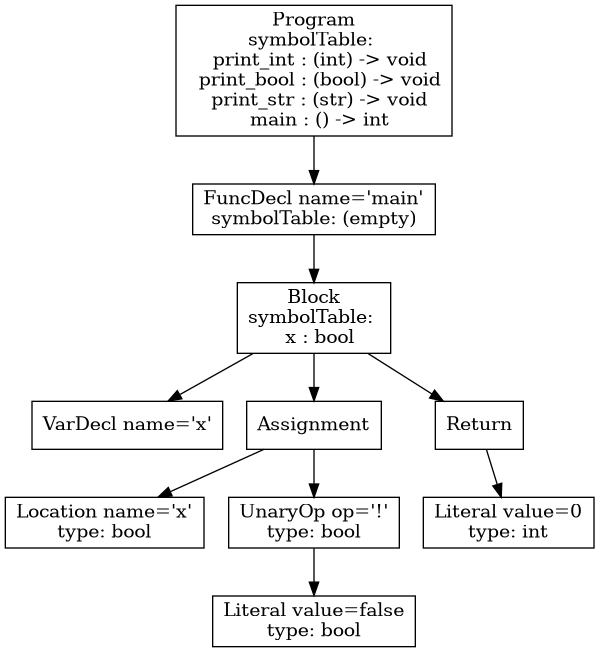
Above: p3-analysis/tests/tree.png in atrim11/CS432 (Graphviz), before the change. Its source is kept beside it as p3-analysis/tree.dot.
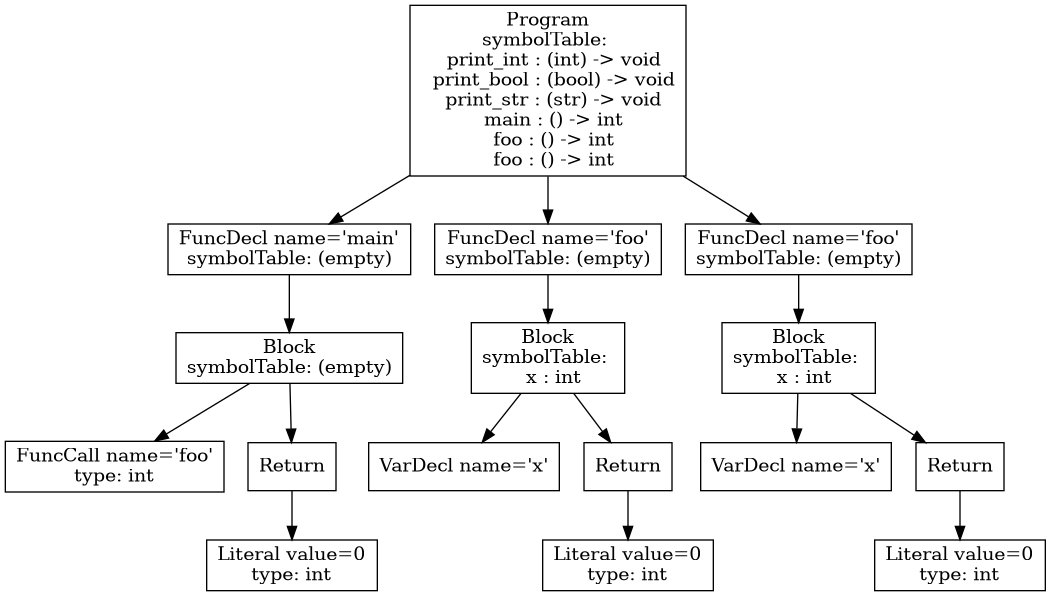
After the commit.

The edit, as a diff of the source:
```diff
@@ -1,33 +1,27 @@
 digraph AST {
-5 [shape=box, label="Literal value=1\ntype: int"];
-6 [shape=box, label="Literal value=1\ntype: int"];
-7 [shape=box, label="Literal value=1\ntype: int"];
-4 [shape=box, label="FuncCall name='foo'\ntype: int"];
+2 [shape=box, label="Block\nsymbolTable: (empty)"];
+1 [shape=box, label="FuncDecl name='do_nothing'\nsymbolTable: (empty)"];
+1 -> 2;
+5 [shape=box, label="VarDecl name='result'"];
+7 [shape=box, label="Location name='result'\ntype: int"];
+9 [shape=box, label="FuncCall name='do_nothing'\ntype: void"];
+10 [shape=box, label="Literal value=1\ntype: int"];
+8 [shape=box, label="BinaryOp op='+'\ntype: int"];
+8 -> 9;
+8 -> 10;
+6 [shape=box, label="Assignment"];
+6 -> 7;
+6 -> 8;
+12 [shape=box, label="Location name='result'\ntype: int"];
+11 [shape=box, label="Return"];
+11 -> 12;
+4 [shape=box, label="Block\nsymbolTable: \n  result : int"];
 4 -> 5;
 4 -> 6;
-4 -> 7;
-3 [shape=box, label="Return"];
+4 -> 11;
+3 [shape=box, label="FuncDecl name='main'\nsymbolTable: (empty)"];
 3 -> 4;
-2 [shape=box, label="Block\nsymbolTable: (empty)"];
-2 -> 3;
-1 [shape=box, label="FuncDecl name='foo'\nsymbolTable: \n  foo : int\n  a : int\n  b : int"];
-1 -> 2;
-11 [shape=box, label="Literal value=0\ntype: int"];
-10 [shape=box, label="Return"];
-10 -> 11;
-9 [shape=box, label="Block\nsymbolTable: (empty)"];
-9 -> 10;
-8 [shape=box, label="FuncDecl name='bar'\nsymbolTable: \n  a : int\n  a : int\n  b : int"];
-8 -> 9;
-15 [shape=box, label="Literal value=0\ntype: int"];
-14 [shape=box, label="Return"];
-14 -> 15;
-13 [shape=box, label="Block\nsymbolTable: (empty)"];
-13 -> 14;
-12 [shape=box, label="FuncDecl name='main'\nsymbolTable: (empty)"];
-12 -> 13;
-0 [shape=box, label="Program\nsymbolTable: \n  print_int : (int) -> void\n  print_bool : (bool) -> void\n  print_str : (str) -> void\n  foo : (int, int, int) -> int\n  bar : (int, int, int) -> int\n  main : () -> int"];
+0 [shape=box, label="Program\nsymbolTable: \n  print_int : (int) -> void\n  print_bool : (bool) -> void\n  print_str : (str) -> void\n  do_nothing : () -> void\n  main : () -> int"];
 0 -> 1;
-0 -> 8;
-0 -> 12;
+0 -> 3;
 }
```
